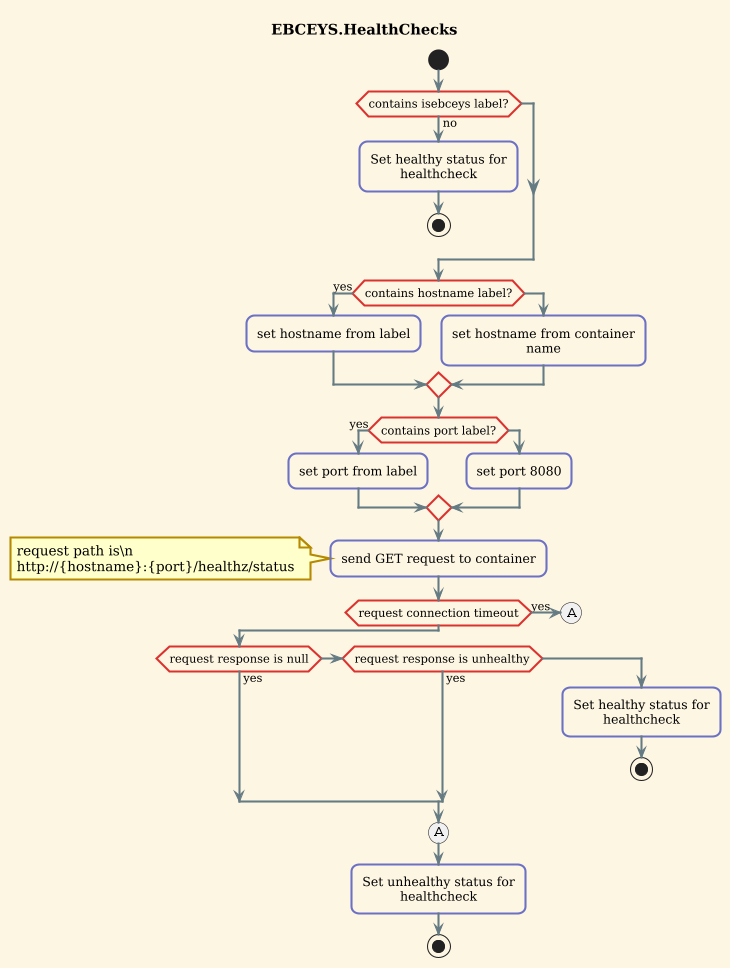
Earlier version of the PlantUML export docs/ebceyshealthchecksactivity.png (EBCEYS/EBCEYS.HealthChecksService).
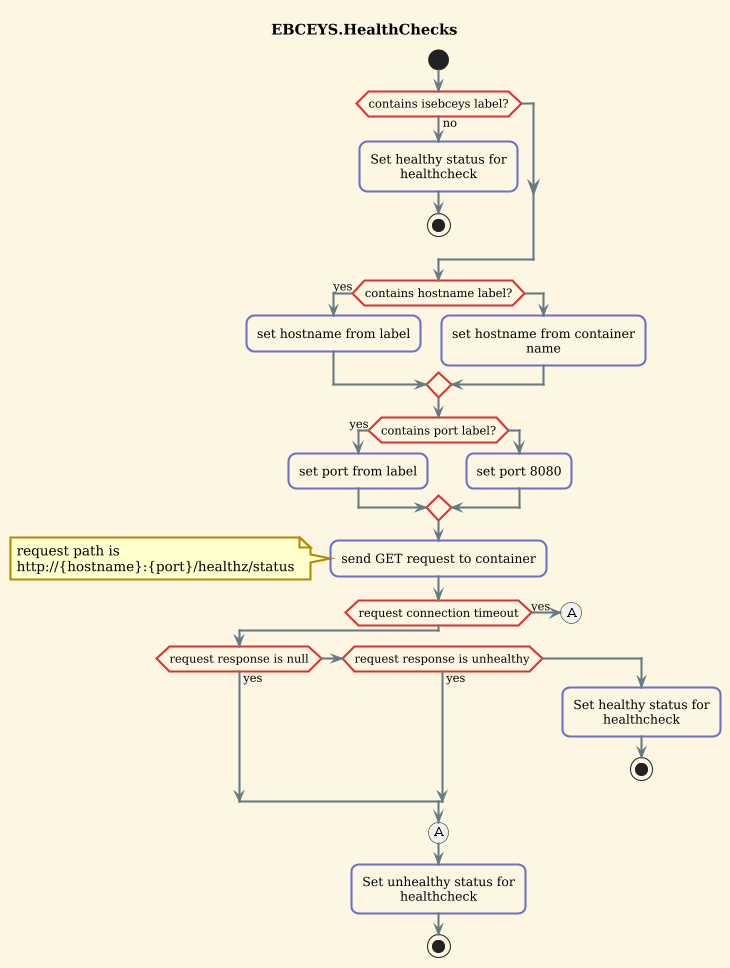
Above is the later version.

Commit message:
fix healthcheck activity image

The edit, as a diff of the source:
```diff
@@ -24,7 +24,7 @@
 
 :send GET request to container;
 note left
-request path is\n
+request path is
 http://{hostname}:{port}/healthz/status
 endnote
 
```
